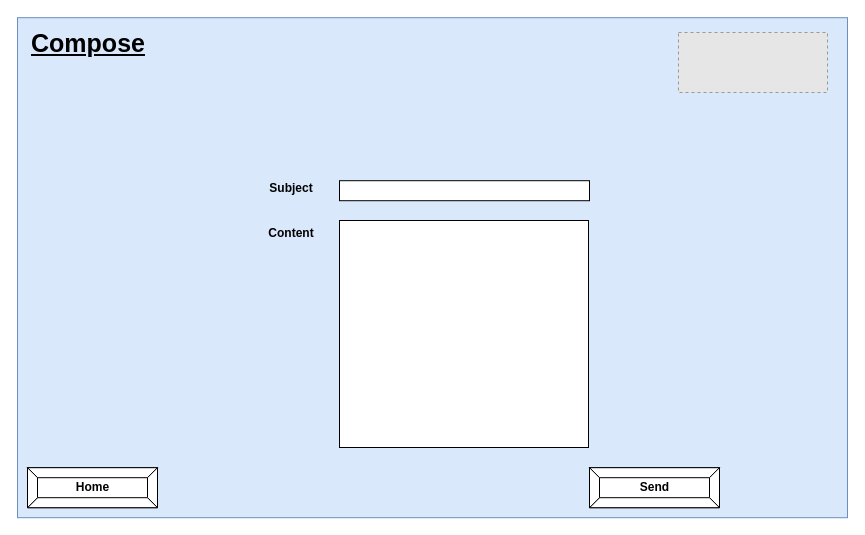
This is UI Mockups/Compose.drawio from averydl/Bmail, a draw.io file, before an edit. Source tidied: cells renumbered, new cells numbered last; positions are measured from the earlier drawing's top-left corner, leaving out a move shared by most shapes. Both pictures are drawn from the tidied source at 100%, with x=0, y=0 at pixel (17, 17). Pictures stored in the file or linked from it are replaced by grey dashed boxes.
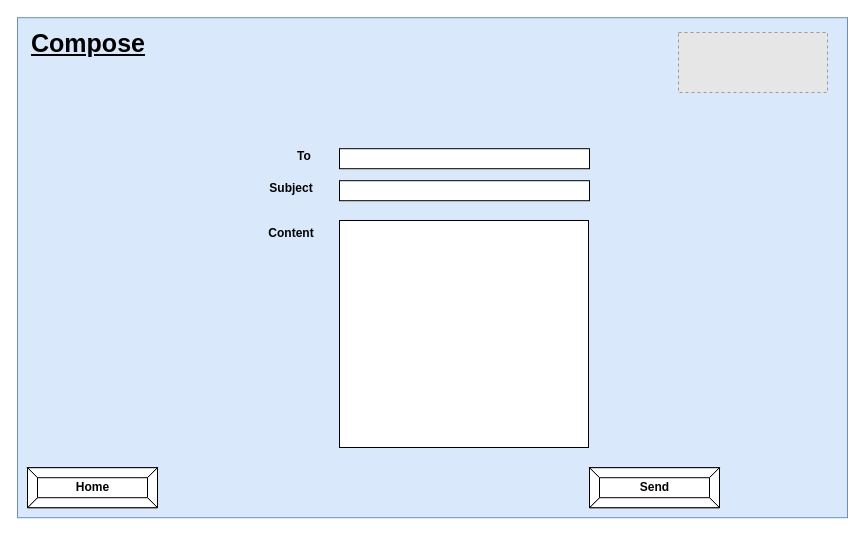
The same page after the edit.

Commit message:
added 'To' text field to compose page UI mockup

Change to the diagram source:
```diff
@@
 <mxGraphModel>
   <root>
     <mxCell id="0" />
     <mxCell id="1" parent="0" />
     <mxCell id="2" style="rounded=0;whiteSpace=wrap;html=1;fillColor=#dae8fc;strokeColor=#6c8ebf;" parent="1" vertex="1">
       <mxGeometry y="0.2" width="830" height="500" as="geometry" />
     </mxCell>
     <mxCell id="3" style="rounded=0;whiteSpace=wrap;html=1;" parent="1" vertex="1">
       <mxGeometry x="322" y="163.2" width="250" height="20" as="geometry" />
     </mxCell>
     <mxCell id="4" style="rounded=0;whiteSpace=wrap;html=1;" parent="1" vertex="1">
       <mxGeometry x="322" y="203" width="249" height="227" as="geometry" />
     </mxCell>
     <mxCell id="5" value="&lt;b&gt;Subject&lt;/b&gt;" style="text;html=1;strokeColor=none;fillColor=none;align=center;verticalAlign=middle;whiteSpace=wrap;rounded=0;" parent="1" vertex="1">
       <mxGeometry x="254" y="161.2" width="40" height="20" as="geometry" />
     </mxCell>
     <mxCell id="6" value="&lt;b&gt;Content&lt;/b&gt;" style="text;html=1;strokeColor=none;fillColor=none;align=center;verticalAlign=middle;whiteSpace=wrap;rounded=0;" parent="1" vertex="1">
       <mxGeometry x="254" y="205.7" width="40" height="20" as="geometry" />
     </mxCell>
     <mxCell id="7" value="&lt;b&gt;&lt;font style=&quot;font-size: 25px&quot;&gt;&lt;u&gt;Compose&lt;br&gt;&lt;/u&gt;&lt;/font&gt;&lt;/b&gt;" style="text;html=1;strokeColor=none;fillColor=none;align=center;verticalAlign=middle;whiteSpace=wrap;rounded=0;" parent="1" vertex="1">
       <mxGeometry x="51" y="15.2" width="40" height="20" as="geometry" />
     </mxCell>
     <mxCell id="8" value="&lt;b&gt;Home&lt;/b&gt;" style="labelPosition=center;verticalLabelPosition=middle;align=center;html=1;shape=mxgraph.basic.button;dx=10;" parent="1" vertex="1">
       <mxGeometry x="10" y="450.2" width="130" height="40" as="geometry" />
     </mxCell>
     <mxCell id="9" style="fillColor=#E6E6E6;strokeColor=#999999;dashed=1;verticalLabelPosition=bottom;labelBackgroundColor=#ffffff;verticalAlign=top;" parent="1" vertex="1">
       <mxGeometry x="661" y="15" width="149" height="60" as="geometry" />
     </mxCell>
     <mxCell id="10" value="&lt;b&gt;Send&lt;/b&gt;" style="labelPosition=center;verticalLabelPosition=middle;align=center;html=1;shape=mxgraph.basic.button;dx=10;" parent="1" vertex="1">
       <mxGeometry x="572" y="450.2" width="130" height="40" as="geometry" />
     </mxCell>
+    <mxCell id="11" style="rounded=0;whiteSpace=wrap;html=1;" parent="1" vertex="1">
+      <mxGeometry x="322" y="131.2" width="250" height="20" as="geometry" />
+    </mxCell>
+    <mxCell id="12" value="&lt;b&gt;To&lt;/b&gt;" style="text;html=1;strokeColor=none;fillColor=none;align=center;verticalAlign=middle;whiteSpace=wrap;rounded=0;" parent="1" vertex="1">
+      <mxGeometry x="267" y="129.2" width="40" height="20" as="geometry" />
+    </mxCell>
   </root>
 </mxGraphModel>
```
